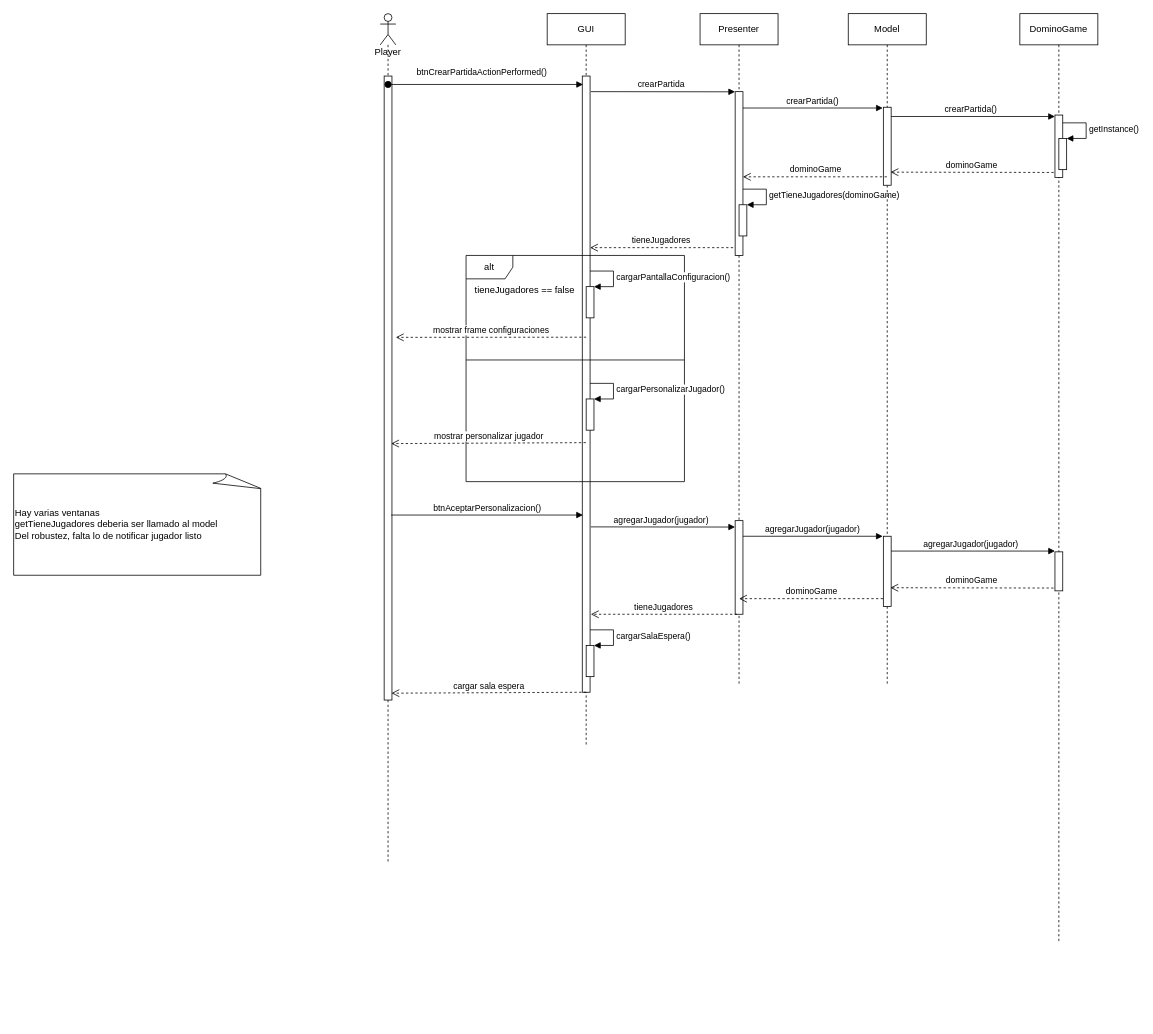
This is page "Sequence" (2 of 3) of diagrams/Domino_UC2.drawio from SilverFlin/DominosPizza, a draw.io file, before an edit. Source tidied: cells renumbered, new cells numbered last; positions are measured from the earlier drawing's top-left corner, leaving out a move shared by most shapes. Both pictures are drawn from the tidied source at 78%, with x=0, y=0 at pixel (13, 13).
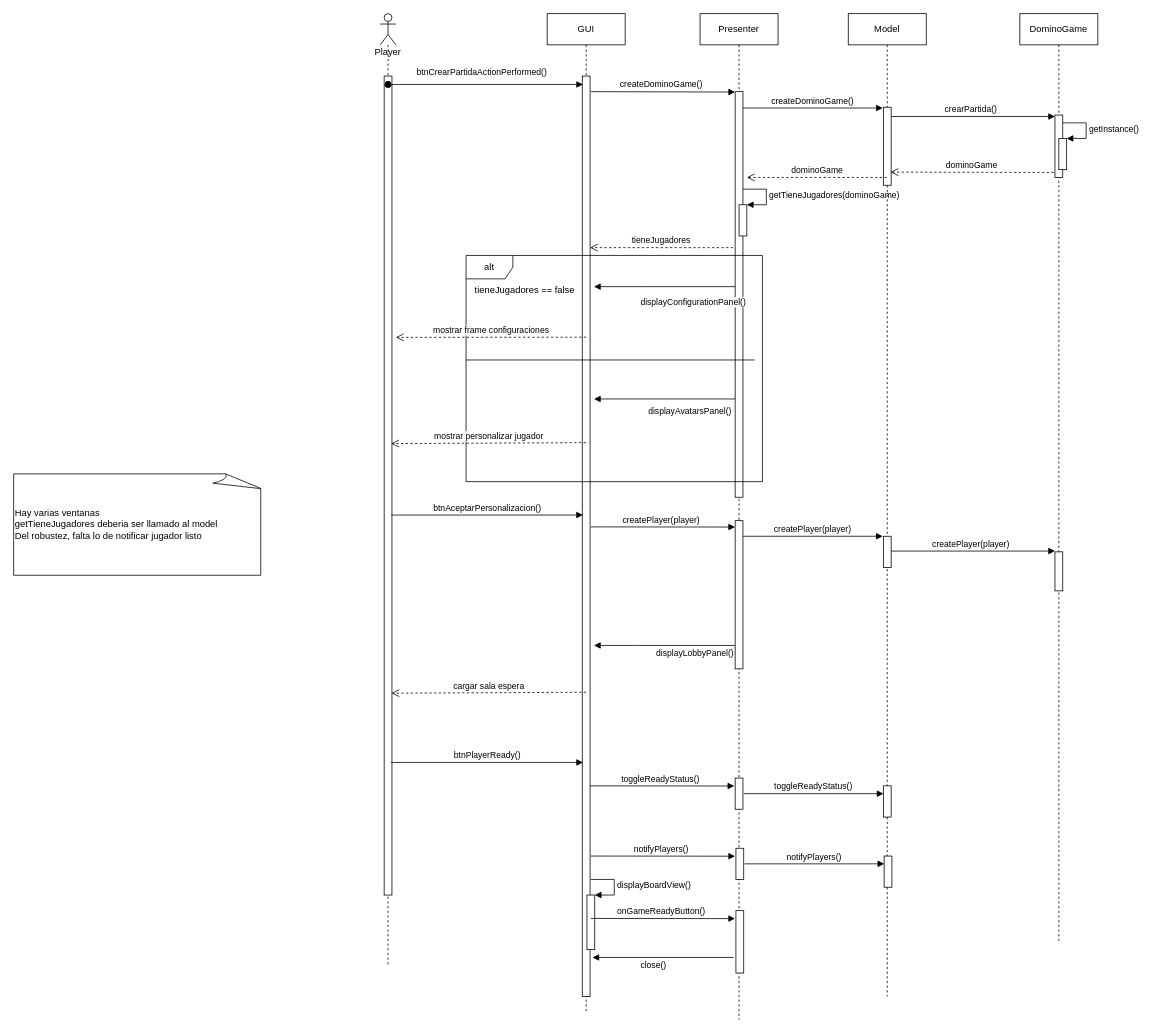
The same diagram, later.

Unchanged cells that the change refers to:
```xml
<mxCell id="14" style="html=1;verticalAlign=bottom;endArrow=block;rounded=0;entryX=-0.076;entryY=0.01;entryDx=0;entryDy=0;entryPerimeter=0;" parent="9" edge="1">
  <mxGeometry relative="1" as="geometry">
    <mxPoint x="55" y="670" as="sourcePoint" />
    <mxPoint x="234.2" y="670" as="targetPoint" />
  </mxGeometry>
</mxCell>
<mxCell id="16" style="html=1;verticalAlign=bottom;endArrow=block;rounded=0;entryX=-0.01;entryY=0.001;entryDx=0;entryDy=0;entryPerimeter=0;" parent="1" edge="1" target="10">
  <mxGeometry relative="1" as="geometry">
    <mxPoint x="740" y="100" as="sourcePoint" />
  </mxGeometry>
</mxCell>
<mxCell id="22" style="html=1;verticalAlign=bottom;endArrow=block;rounded=0;entryX=-0.076;entryY=0.01;entryDx=0;entryDy=0;entryPerimeter=0;" parent="1" edge="1" source="10" target="20">
  <mxGeometry relative="1" as="geometry" />
</mxCell>
<mxCell id="44" style="html=1;verticalAlign=bottom;endArrow=block;rounded=0;entryX=-0.01;entryY=0.001;entryDx=0;entryDy=0;entryPerimeter=0;" parent="1" edge="1">
  <mxGeometry relative="1" as="geometry">
    <mxPoint x="740" y="658" as="sourcePoint" />
    <mxPoint x="924.9" y="658.2" as="targetPoint" />
  </mxGeometry>
</mxCell>
<mxCell id="46" style="html=1;verticalAlign=bottom;endArrow=block;rounded=0;entryX=0;entryY=0.023;entryDx=0;entryDy=0;entryPerimeter=0;" parent="1" edge="1">
  <mxGeometry relative="1" as="geometry">
    <mxPoint x="1125" y="689" as="sourcePoint" />
    <mxPoint x="1335" y="689" as="targetPoint" />
  </mxGeometry>
</mxCell>
```

The edit, as a diff of the source:
```diff
@@
     <mxCell id="2" value="Player" style="shape=umlLifeline;participant=umlActor;perimeter=lifelinePerimeter;whiteSpace=wrap;html=1;verticalAlign=top;spacingTop=36;" parent="1" vertex="1">
-      <mxGeometry x="470" width="20" height="1090" as="geometry" />
+      <mxGeometry x="470" width="20" height="1220" as="geometry" />
     </mxCell>
     <mxCell id="3" style="html=1;perimeter=orthogonalPerimeter;" parent="2" vertex="1">
-      <mxGeometry x="5" y="80" width="10" height="800" as="geometry" />
+      <mxGeometry x="5" y="80" width="10" height="1050" as="geometry" />
     </mxCell>
     <mxCell id="4" value="GUI" style="shape=umlLifeline;perimeter=lifelinePerimeter;whiteSpace=wrap;html=1;" parent="1" vertex="1">
-      <mxGeometry x="684" width="100" height="940" as="geometry" />
+      <mxGeometry x="684" width="100" height="1280" as="geometry" />
     </mxCell>
     <mxCell id="5" style="html=1;perimeter=orthogonalPerimeter;" parent="4" vertex="1">
-      <mxGeometry x="45" y="80" width="10" height="790" as="geometry" />
+      <mxGeometry x="45" y="80" width="10" height="1180" as="geometry" />
     </mxCell>
-    <mxCell id="6" style="html=1;points=[];perimeter=orthogonalPerimeter;" parent="4" vertex="1">
-      <mxGeometry x="50" y="810" width="10" height="40" as="geometry" />
-    </mxCell>
-    <mxCell id="7" value="cargarSalaEspera()" style="edgeStyle=orthogonalEdgeStyle;html=1;align=left;spacingLeft=2;endArrow=block;rounded=0;entryX=1;entryY=0;" parent="4" edge="1" target="6">
-      <mxGeometry relative="1" as="geometry">
-        <mxPoint x="55" y="790" as="sourcePoint" />
-        <Array as="points">
-          <mxPoint x="85" y="790" />
-        </Array>
-      </mxGeometry>
-    </mxCell>
+    <mxCell id="53" style="html=1;verticalAlign=bottom;endArrow=block;rounded=0;entryX=-0.01;entryY=0.001;entryDx=0;entryDy=0;entryPerimeter=0;" parent="4" edge="1">
+      <mxGeometry relative="1" as="geometry">
+        <mxPoint x="55" y="990" as="sourcePoint" />
+        <mxPoint x="239.9" y="990.2" as="targetPoint" />
+      </mxGeometry>
+    </mxCell>
+    <mxCell id="54" value="toggleReadyStatus()" style="edgeLabel;html=1;align=center;verticalAlign=middle;" parent="53" vertex="1">
+      <mxGeometry x="-0.11" relative="1" as="geometry">
+        <mxPoint x="8" y="-10" as="offset" />
+      </mxGeometry>
+    </mxCell>
+    <mxCell id="55" style="html=1;points=[];perimeter=orthogonalPerimeter;" parent="4" vertex="1">
+      <mxGeometry x="51" y="1130" width="10" height="70" as="geometry" />
+    </mxCell>
+    <mxCell id="56" value="displayBoardView()" style="edgeStyle=orthogonalEdgeStyle;html=1;align=left;spacingLeft=2;endArrow=block;rounded=0;entryX=1;entryY=0;" parent="4" edge="1" target="55">
+      <mxGeometry relative="1" as="geometry">
+        <mxPoint x="56" y="1110" as="sourcePoint" />
+        <Array as="points">
+          <mxPoint x="86" y="1110" />
+        </Array>
+      </mxGeometry>
+    </mxCell>
@@
     <mxCell id="9" value="Presenter" style="shape=umlLifeline;perimeter=lifelinePerimeter;whiteSpace=wrap;html=1;" parent="1" vertex="1">
-      <mxGeometry x="880" width="100" height="860" as="geometry" />
+      <mxGeometry x="880" width="100" height="1290" as="geometry" />
     </mxCell>
     <mxCell id="10" style="html=1;points=[];perimeter=orthogonalPerimeter;" parent="9" vertex="1">
-      <mxGeometry x="45" y="100" width="10" height="210" as="geometry" />
+      <mxGeometry x="45" y="100" width="10" height="520" as="geometry" />
     </mxCell>
@@
     <mxCell id="13" style="html=1;points=[];perimeter=orthogonalPerimeter;" parent="9" vertex="1">
-      <mxGeometry x="45" y="650" width="10" height="120" as="geometry" />
+      <mxGeometry x="45" y="650" width="10" height="190" as="geometry" />
     </mxCell>
@@
-    <mxCell id="15" value="agregarJugador(jugador)" style="edgeLabel;html=1;align=center;verticalAlign=middle;" parent="14" vertex="1">
+    <mxCell id="15" value="createPlayer(player)" style="edgeLabel;html=1;align=center;verticalAlign=middle;" parent="14" vertex="1">
       <mxGeometry x="-0.11" relative="1" as="geometry">
         <mxPoint x="8" y="-10" as="offset" />
       </mxGeometry>
     </mxCell>
+    <mxCell id="57" style="html=1;perimeter=orthogonalPerimeter;" parent="9" vertex="1">
+      <mxGeometry x="45" y="980" width="10" height="40" as="geometry" />
+    </mxCell>
@@
-    <mxCell id="17" value="crearPartida" style="edgeLabel;html=1;align=center;verticalAlign=middle;" parent="16" vertex="1">
+    <mxCell id="17" value="createDominoGame()" style="edgeLabel;html=1;align=center;verticalAlign=middle;" parent="16" vertex="1">
       <mxGeometry x="-0.11" relative="1" as="geometry">
         <mxPoint x="8" y="-10" as="offset" />
       </mxGeometry>
     </mxCell>
@@
     <mxCell id="19" value="Model" style="shape=umlLifeline;perimeter=lifelinePerimeter;whiteSpace=wrap;html=1;outlineConnect=0;" parent="1" vertex="1">
-      <mxGeometry x="1070" width="100" height="860" as="geometry" />
+      <mxGeometry x="1070" width="100" height="1260" as="geometry" />
     </mxCell>
@@
     <mxCell id="21" style="html=1;perimeter=orthogonalPerimeter;" parent="19" vertex="1">
-      <mxGeometry x="45" y="670" width="10" height="90" as="geometry" />
+      <mxGeometry x="45" y="670" width="10" height="40" as="geometry" />
     </mxCell>
+    <mxCell id="58" style="html=1;perimeter=orthogonalPerimeter;" parent="19" vertex="1">
+      <mxGeometry x="45" y="990" width="10" height="40" as="geometry" />
+    </mxCell>
@@
-    <mxCell id="23" value="crearPartida()" style="edgeLabel;html=1;align=center;verticalAlign=middle;" parent="22" vertex="1">
+    <mxCell id="23" value="createDominoGame()" style="edgeLabel;html=1;align=center;verticalAlign=middle;" parent="22" vertex="1">
       <mxGeometry x="-0.11" relative="1" as="geometry">
         <mxPoint x="8" y="-10" as="offset" />
       </mxGeometry>
     </mxCell>
@@
-    <mxCell id="32" value="dominoGame" style="html=1;verticalAlign=bottom;endArrow=open;dashed=1;endSize=8;rounded=0;entryX=0.99;entryY=0.52;entryDx=0;entryDy=0;entryPerimeter=0;" parent="1" edge="1" source="19" target="10">
-      <mxGeometry relative="1" as="geometry" />
+    <mxCell id="32" value="dominoGame" style="html=1;verticalAlign=bottom;endArrow=open;dashed=1;endSize=8;rounded=0;" parent="1" edge="1" source="19">
+      <mxGeometry relative="1" as="geometry">
+        <mxPoint x="940" y="210" as="targetPoint" />
+      </mxGeometry>
     </mxCell>
     <mxCell id="33" value="alt" style="shape=umlFrame;whiteSpace=wrap;html=1;" parent="1" vertex="1">
-      <mxGeometry x="580" y="310" width="280" height="290" as="geometry" />
+      <mxGeometry x="580" y="310" width="380" height="290" as="geometry" />
     </mxCell>
@@
     <mxCell id="35" style="line;strokeWidth=1;fillColor=none;align=left;verticalAlign=middle;spacingTop=-1;spacingLeft=3;spacingRight=3;labelPosition=right;strokeColor=inherit;" parent="1" vertex="1">
-      <mxGeometry x="580" y="440" width="280" height="8" as="geometry" />
+      <mxGeometry x="580" y="440" width="370" height="8" as="geometry" />
     </mxCell>
@@
-    <mxCell id="37" style="html=1;points=[];perimeter=orthogonalPerimeter;" parent="1" vertex="1">
-      <mxGeometry x="734" y="350" width="10" height="40" as="geometry" />
-    </mxCell>
-    <mxCell id="38" value="cargarPantallaConfiguracion()" style="edgeStyle=orthogonalEdgeStyle;html=1;align=left;spacingLeft=2;endArrow=block;rounded=0;entryX=1;entryY=0;" parent="1" edge="1" target="37">
-      <mxGeometry relative="1" as="geometry">
-        <mxPoint x="739" y="330" as="sourcePoint" />
+    <mxCell id="38" value="displayConfigurationPanel()" style="edgeStyle=orthogonalEdgeStyle;html=1;align=left;spacingLeft=2;endArrow=block;rounded=0;entryX=1;entryY=0;" parent="1" edge="1" source="10">
+      <mxGeometry x="0.38" y="20" relative="1" as="geometry">
+        <mxPoint x="744" y="350" as="targetPoint" />
         <Array as="points">
-          <mxPoint x="769" y="330" />
+          <mxPoint x="810" y="350" />
+          <mxPoint x="810" y="350" />
         </Array>
       </mxGeometry>
     </mxCell>
@@
-    <mxCell id="40" style="html=1;points=[];perimeter=orthogonalPerimeter;" parent="1" vertex="1">
-      <mxGeometry x="734" y="494" width="10" height="40" as="geometry" />
-    </mxCell>
-    <mxCell id="41" value="cargarPersonalizarJugador()" style="edgeStyle=orthogonalEdgeStyle;html=1;align=left;spacingLeft=2;endArrow=block;rounded=0;entryX=1;entryY=0;" parent="1" edge="1" target="40">
-      <mxGeometry relative="1" as="geometry">
-        <mxPoint x="739" y="474" as="sourcePoint" />
+    <mxCell id="41" value="displayAvatarsPanel()" style="edgeStyle=orthogonalEdgeStyle;html=1;align=left;spacingLeft=2;endArrow=block;rounded=0;entryX=1;entryY=0;" parent="1" edge="1" source="10">
+      <mxGeometry x="0.27" y="16" relative="1" as="geometry">
+        <mxPoint x="744" y="494" as="targetPoint" />
         <Array as="points">
-          <mxPoint x="769" y="474" />
+          <mxPoint x="810" y="494" />
+          <mxPoint x="810" y="494" />
         </Array>
       </mxGeometry>
     </mxCell>
@@
-    <mxCell id="45" value="agregarJugador(jugador)" style="edgeLabel;html=1;align=center;verticalAlign=middle;" parent="44" vertex="1">
+    <mxCell id="45" value="createPlayer(player)" style="edgeLabel;html=1;align=center;verticalAlign=middle;" parent="44" vertex="1">
       <mxGeometry x="-0.11" relative="1" as="geometry">
         <mxPoint x="8" y="-10" as="offset" />
       </mxGeometry>
     </mxCell>
@@
-    <mxCell id="47" value="agregarJugador(jugador)" style="edgeLabel;html=1;align=center;verticalAlign=middle;" parent="46" vertex="1">
+    <mxCell id="47" value="createPlayer(player)" style="edgeLabel;html=1;align=center;verticalAlign=middle;" parent="46" vertex="1">
       <mxGeometry x="-0.11" relative="1" as="geometry">
         <mxPoint x="8" y="-10" as="offset" />
       </mxGeometry>
     </mxCell>
-    <mxCell id="48" value="dominoGame" style="html=1;verticalAlign=bottom;endArrow=open;dashed=1;endSize=8;rounded=0;entryX=0.92;entryY=0.862;entryDx=0;entryDy=0;entryPerimeter=0;exitX=-0.16;exitY=0.958;exitDx=0;exitDy=0;exitPerimeter=0;" parent="1" edge="1">
-      <mxGeometry relative="1" as="geometry">
-        <mxPoint x="1333.2" y="736.4" as="sourcePoint" />
-        <mxPoint x="1124" y="736" as="targetPoint" />
-      </mxGeometry>
-    </mxCell>
-    <mxCell id="49" value="dominoGame" style="html=1;verticalAlign=bottom;endArrow=open;dashed=1;endSize=8;rounded=0;entryX=0.99;entryY=0.52;entryDx=0;entryDy=0;entryPerimeter=0;" parent="1" edge="1">
-      <mxGeometry relative="1" as="geometry">
-        <mxPoint x="1114.6" y="750" as="sourcePoint" />
-        <mxPoint x="930" y="750" as="targetPoint" />
-      </mxGeometry>
-    </mxCell>
-    <mxCell id="50" value="tieneJugadores" style="html=1;verticalAlign=bottom;endArrow=open;dashed=1;endSize=8;rounded=0;" parent="1" edge="1">
-      <mxGeometry relative="1" as="geometry">
-        <mxPoint x="927.4" y="770" as="sourcePoint" />
-        <mxPoint x="740" y="770" as="targetPoint" />
-      </mxGeometry>
-    </mxCell>
@@
+    <mxCell id="7" value="displayLobbyPanel()" style="edgeStyle=orthogonalEdgeStyle;html=1;align=left;spacingLeft=2;endArrow=block;rounded=0;entryX=1;entryY=0;" parent="1" edge="1" source="13">
+      <mxGeometry x="0.16" y="10" relative="1" as="geometry">
+        <mxPoint x="744" y="810" as="targetPoint" />
+        <Array as="points">
+          <mxPoint x="800" y="810" />
+          <mxPoint x="800" y="810" />
+        </Array>
+      </mxGeometry>
+    </mxCell>
+    <mxCell id="59" value="btnPlayerReady()" style="html=1;verticalAlign=bottom;endArrow=block;rounded=0;entryX=-0.314;entryY=0.824;entryDx=0;entryDy=0;entryPerimeter=0;" parent="1" edge="1">
+      <mxGeometry relative="1" as="geometry">
+        <mxPoint x="484.2" y="960" as="sourcePoint" />
+        <mxPoint x="730" y="960" as="targetPoint" />
+      </mxGeometry>
+    </mxCell>
+    <mxCell id="60" style="html=1;verticalAlign=bottom;endArrow=block;rounded=0;entryX=-0.076;entryY=0.01;entryDx=0;entryDy=0;entryPerimeter=0;" parent="1" edge="1">
+      <mxGeometry relative="1" as="geometry">
+        <mxPoint x="936" y="1000" as="sourcePoint" />
+        <mxPoint x="1115.2" y="1000" as="targetPoint" />
+      </mxGeometry>
+    </mxCell>
+    <mxCell id="61" value="toggleReadyStatus()" style="edgeLabel;html=1;align=center;verticalAlign=middle;" parent="60" vertex="1">
+      <mxGeometry x="-0.11" relative="1" as="geometry">
+        <mxPoint x="8" y="-10" as="offset" />
+      </mxGeometry>
+    </mxCell>
+    <mxCell id="62" style="html=1;verticalAlign=bottom;endArrow=block;rounded=0;entryX=-0.01;entryY=0.001;entryDx=0;entryDy=0;entryPerimeter=0;" parent="1" edge="1">
+      <mxGeometry relative="1" as="geometry">
+        <mxPoint x="740" y="1080" as="sourcePoint" />
+        <mxPoint x="924.9" y="1080.2" as="targetPoint" />
+      </mxGeometry>
+    </mxCell>
+    <mxCell id="63" value="notifyPlayers()" style="edgeLabel;html=1;align=center;verticalAlign=middle;" parent="62" vertex="1">
+      <mxGeometry x="-0.11" relative="1" as="geometry">
+        <mxPoint x="8" y="-10" as="offset" />
+      </mxGeometry>
+    </mxCell>
+    <mxCell id="64" style="html=1;perimeter=orthogonalPerimeter;" parent="1" vertex="1">
+      <mxGeometry x="926" y="1070" width="10" height="40" as="geometry" />
+    </mxCell>
+    <mxCell id="65" style="html=1;perimeter=orthogonalPerimeter;" parent="1" vertex="1">
+      <mxGeometry x="1116" y="1080" width="10" height="40" as="geometry" />
+    </mxCell>
+    <mxCell id="66" style="html=1;verticalAlign=bottom;endArrow=block;rounded=0;entryX=-0.076;entryY=0.01;entryDx=0;entryDy=0;entryPerimeter=0;" parent="1" edge="1">
+      <mxGeometry relative="1" as="geometry">
+        <mxPoint x="937" y="1090" as="sourcePoint" />
+        <mxPoint x="1116.2" y="1090" as="targetPoint" />
+      </mxGeometry>
+    </mxCell>
+    <mxCell id="67" value="notifyPlayers()" style="edgeLabel;html=1;align=center;verticalAlign=middle;" parent="66" vertex="1">
+      <mxGeometry x="-0.11" relative="1" as="geometry">
+        <mxPoint x="8" y="-10" as="offset" />
+      </mxGeometry>
+    </mxCell>
+    <mxCell id="68" style="html=1;verticalAlign=bottom;endArrow=block;rounded=0;entryX=-0.01;entryY=0.001;entryDx=0;entryDy=0;entryPerimeter=0;" parent="1" edge="1">
+      <mxGeometry relative="1" as="geometry">
+        <mxPoint x="740" y="1160" as="sourcePoint" />
+        <mxPoint x="924.9" y="1160.2" as="targetPoint" />
+      </mxGeometry>
+    </mxCell>
+    <mxCell id="69" value="onGameReadyButton()" style="edgeLabel;html=1;align=center;verticalAlign=middle;" parent="68" vertex="1">
+      <mxGeometry x="-0.11" relative="1" as="geometry">
+        <mxPoint x="8" y="-10" as="offset" />
+      </mxGeometry>
+    </mxCell>
+    <mxCell id="70" style="html=1;perimeter=orthogonalPerimeter;" parent="1" vertex="1">
+      <mxGeometry x="926" y="1150" width="10" height="80" as="geometry" />
+    </mxCell>
+    <mxCell id="71" value="close()" style="edgeStyle=orthogonalEdgeStyle;html=1;align=left;spacingLeft=2;endArrow=block;rounded=0;entryX=1;entryY=0;" parent="1" edge="1">
+      <mxGeometry x="0.36" y="10" relative="1" as="geometry">
+        <mxPoint x="923" y="1210" as="sourcePoint" />
+        <mxPoint x="742" y="1210" as="targetPoint" />
+        <Array as="points">
+          <mxPoint x="798" y="1210" />
+          <mxPoint x="798" y="1210" />
+        </Array>
+      </mxGeometry>
+    </mxCell>
```
